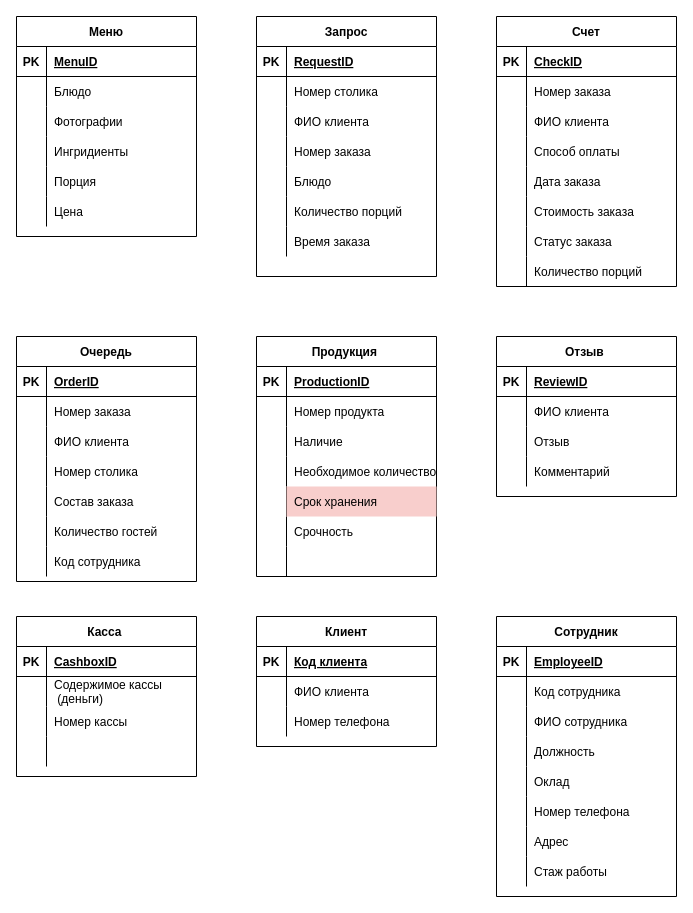
maria-kuchina262002/mypracticework keeps this draw.io diagram as ER-diagram.drawio. Above is the earlier version. Source tidied: cells renumbered, new cells numbered last; positions are measured from the earlier drawing's top-left corner, leaving out a move shared by most shapes. Both pictures are drawn from the tidied source at 100%, with x=0, y=0 at pixel (16, 16).
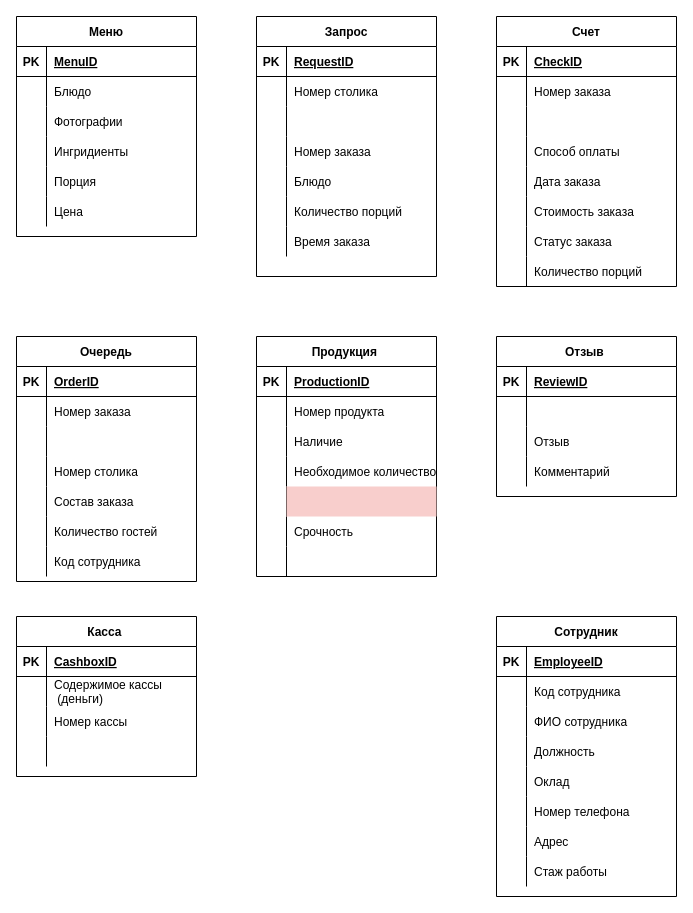
After the change.

Unchanged cells that the change refers to:
```xml
<mxCell id="28" style="shape=partialRectangle;fillColor=none;top=0;left=0;bottom=0;right=0;" parent="21" vertex="1">
  <mxGeometry y="90" width="180" height="30" as="geometry" />
</mxCell>
<mxCell id="56" style="shape=partialRectangle;fillColor=none;top=0;left=0;bottom=0;right=0;" parent="43" vertex="1">
  <mxGeometry y="150" width="180" height="30" as="geometry" />
</mxCell>
<mxCell id="72" style="shape=partialRectangle;fillColor=none;top=0;left=0;bottom=0;right=0;" parent="65" vertex="1">
  <mxGeometry y="90" width="180" height="30" as="geometry" />
</mxCell>
<mxCell id="94" style="shape=partialRectangle;fillColor=none;top=0;left=0;bottom=0;right=0;" parent="87" vertex="1">
  <mxGeometry y="90" width="180" height="30" as="geometry" />
</mxCell>
<mxCell id="116" style="shape=partialRectangle;fillColor=none;top=0;left=0;bottom=0;right=0;" parent="112" vertex="1">
  <mxGeometry y="60" width="180" height="30" as="geometry" />
</mxCell>
```

Change to the diagram source:
```diff
@@
-    <mxCell id="30" value="ФИО клиента " style="shape=partialRectangle;fillColor=none;top=0;left=0;bottom=0;right=0;align=left;spacingLeft=6;overflow=hidden;" parent="28" vertex="1">
+    <mxCell id="30" style="shape=partialRectangle;fillColor=none;top=0;left=0;bottom=0;right=0;align=left;spacingLeft=6;overflow=hidden;" parent="28" vertex="1">
       <mxGeometry x="30" width="150" height="30" as="geometry" />
     </mxCell>
@@
-    <mxCell id="58" value="Срок хранения" style="shape=partialRectangle;fillColor=#f8cecc;top=0;left=0;bottom=0;right=0;align=left;spacingLeft=6;overflow=hidden;strokeColor=#b85450;" parent="56" vertex="1">
+    <mxCell id="58" style="shape=partialRectangle;fillColor=#f8cecc;top=0;left=0;bottom=0;right=0;align=left;spacingLeft=6;overflow=hidden;strokeColor=#b85450;" parent="56" vertex="1">
       <mxGeometry x="30" width="150" height="30" as="geometry" />
     </mxCell>
@@
-    <mxCell id="74" value="ФИО клиента " style="shape=partialRectangle;fillColor=none;top=0;left=0;bottom=0;right=0;align=left;spacingLeft=6;overflow=hidden;" parent="72" vertex="1">
+    <mxCell id="74" style="shape=partialRectangle;fillColor=none;top=0;left=0;bottom=0;right=0;align=left;spacingLeft=6;overflow=hidden;" parent="72" vertex="1">
       <mxGeometry x="30" width="150" height="30" as="geometry" />
     </mxCell>
@@
-    <mxCell id="96" value="ФИО клиента " style="shape=partialRectangle;fillColor=none;top=0;left=0;bottom=0;right=0;align=left;spacingLeft=6;overflow=hidden;" parent="94" vertex="1">
+    <mxCell id="96" style="shape=partialRectangle;fillColor=none;top=0;left=0;bottom=0;right=0;align=left;spacingLeft=6;overflow=hidden;" parent="94" vertex="1">
       <mxGeometry x="30" width="150" height="30" as="geometry" />
     </mxCell>
@@
-    <mxCell id="118" value="ФИО клиента" style="shape=partialRectangle;fillColor=none;top=0;left=0;bottom=0;right=0;align=left;spacingLeft=6;overflow=hidden;" parent="116" vertex="1">
+    <mxCell id="118" style="shape=partialRectangle;fillColor=none;top=0;left=0;bottom=0;right=0;align=left;spacingLeft=6;overflow=hidden;" parent="116" vertex="1">
       <mxGeometry x="30" width="150" height="30" as="geometry" />
     </mxCell>
@@
-    <mxCell id="138" value="Клиент" style="shape=table;startSize=30;childLayout=tableLayout;rowLines=0;fontStyle=1;align=center;" parent="1" vertex="1">
-      <mxGeometry x="240" y="600" width="180" height="130" as="geometry" />
-    </mxCell>
-    <mxCell id="139" style="shape=partialRectangle;fillColor=none;top=0;left=0;bottom=1;right=0;" parent="138" vertex="1">
-      <mxGeometry y="30" width="180" height="30" as="geometry" />
-    </mxCell>
-    <mxCell id="140" value="PK" style="shape=partialRectangle;fillColor=none;top=0;left=0;bottom=0;right=0;fontStyle=1;overflow=hidden;" parent="139" vertex="1">
-      <mxGeometry width="30" height="30" as="geometry" />
-    </mxCell>
-    <mxCell id="141" value="Код клиента" style="shape=partialRectangle;fillColor=none;top=0;left=0;bottom=0;right=0;align=left;spacingLeft=6;fontStyle=5;overflow=hidden;" parent="139" vertex="1">
-      <mxGeometry x="30" width="150" height="30" as="geometry" />
-    </mxCell>
-    <mxCell id="142" style="shape=partialRectangle;fillColor=none;top=0;left=0;bottom=0;right=0;" parent="138" vertex="1">
-      <mxGeometry y="60" width="180" height="30" as="geometry" />
-    </mxCell>
-    <mxCell id="143" style="shape=partialRectangle;fillColor=none;top=0;left=0;bottom=0;right=0;overflow=hidden;" parent="142" vertex="1">
-      <mxGeometry width="30" height="30" as="geometry" />
-    </mxCell>
-    <mxCell id="144" value="ФИО клиента " style="shape=partialRectangle;fillColor=none;top=0;left=0;bottom=0;right=0;align=left;spacingLeft=6;overflow=hidden;" parent="142" vertex="1">
-      <mxGeometry x="30" width="150" height="30" as="geometry" />
-    </mxCell>
-    <mxCell id="145" style="shape=partialRectangle;fillColor=none;top=0;left=0;bottom=0;right=0;" parent="138" vertex="1">
-      <mxGeometry y="90" width="180" height="30" as="geometry" />
-    </mxCell>
-    <mxCell id="146" style="shape=partialRectangle;fillColor=none;top=0;left=0;bottom=0;right=0;overflow=hidden;" parent="145" vertex="1">
-      <mxGeometry width="30" height="30" as="geometry" />
-    </mxCell>
-    <mxCell id="147" value="Номер телефона" style="shape=partialRectangle;fillColor=none;top=0;left=0;bottom=0;right=0;align=left;spacingLeft=6;overflow=hidden;" parent="145" vertex="1">
-      <mxGeometry x="30" width="150" height="30" as="geometry" />
-    </mxCell>
```
